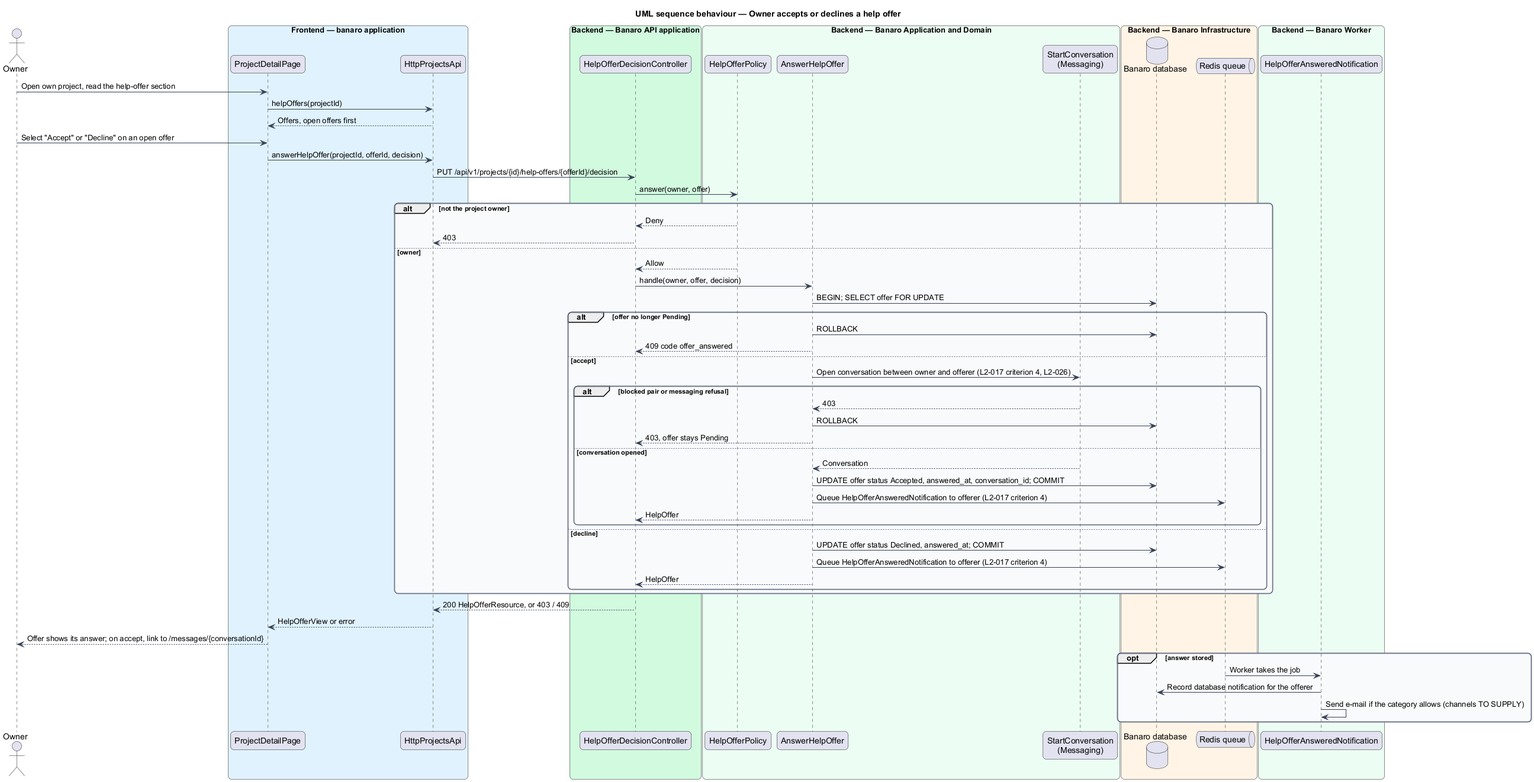
This is docs/detailed-designs/projects/offer-to-help/diagrams/sequence-answer-help-offer.png from QuinntyneBrown/banaro, a PlantUML export, as it was before one commit.
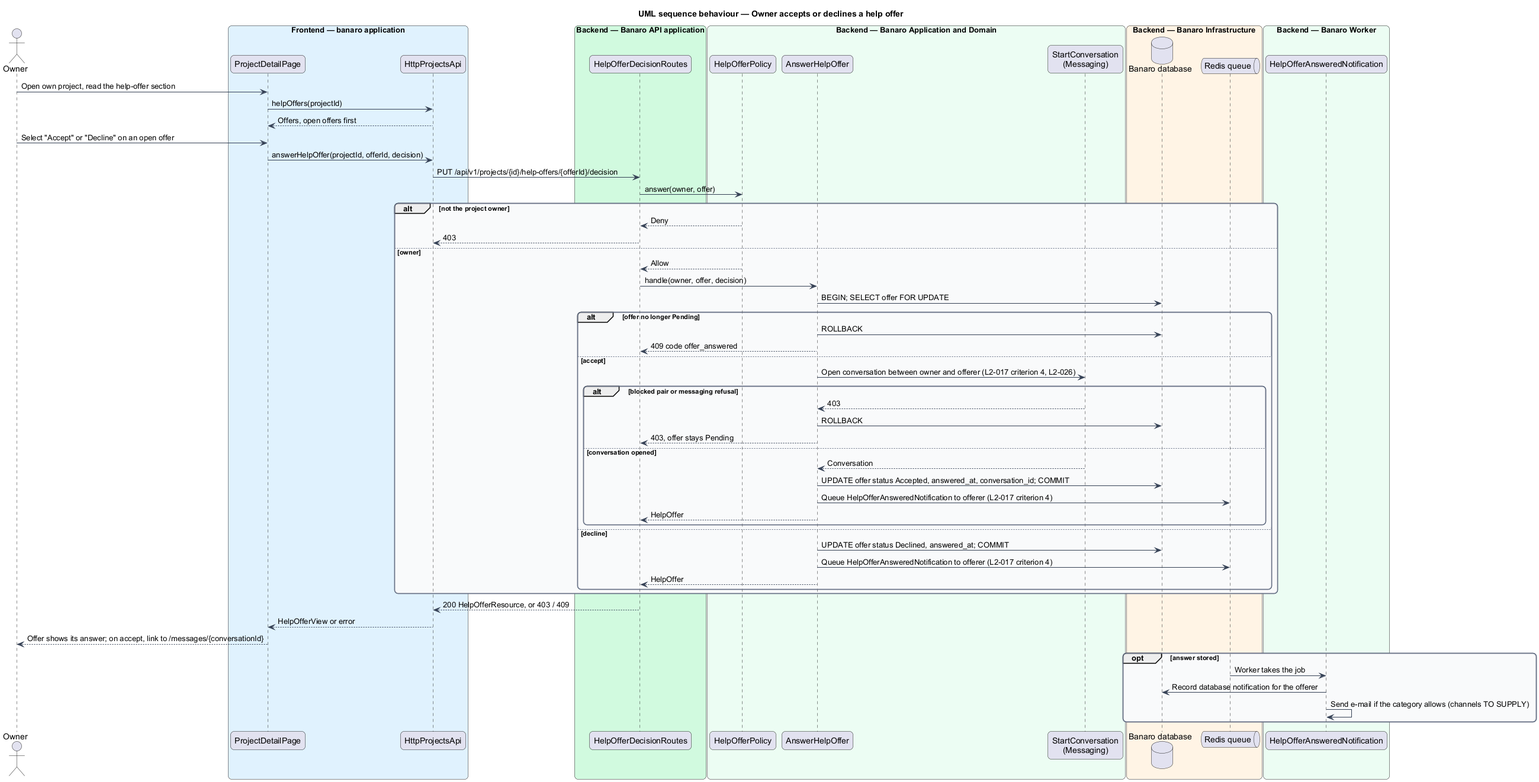
Above is the later version.

What changed in the source:
```diff
@@ -20,7 +20,7 @@
   participant "HttpProjectsApi" as client
 end box
 box "Backend — Banaro API application" #D1FADF
-  participant "HelpOfferDecisionController" as controller
+  participant "HelpOfferDecisionRoutes" as controller
 end box
 box "Backend — Banaro Application and Domain" #ECFDF3
   participant "HelpOfferPolicy" as policy
```
